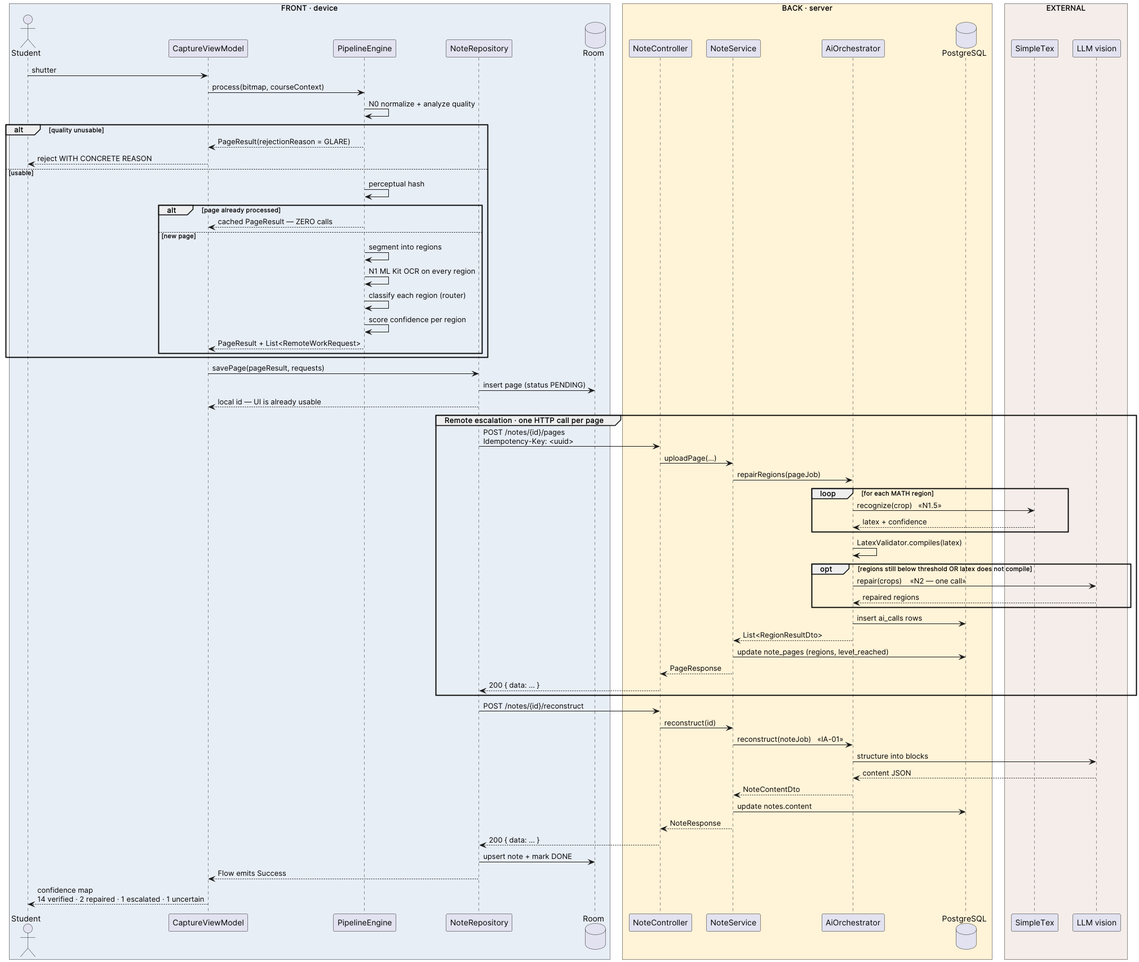
Above: docs/images/14_seq_capture_to_note.png in Bloodiewormer/Proyecto-Plataformas-Moviles (PlantUML), before the change. Source of this version:
```plantuml
@startuml 14_seq_capture_to_note
skinparam backgroundColor #FFFFFF
skinparam shadowing false
skinparam noteBackgroundColor #FDF6E3
skinparam noteBorderColor #C4BCA3
skinparam defaultFontName Inter
skinparam sequenceMessageAlign left
skinparam ParticipantPadding 8
skinparam BoxPadding 10

box "FRONT · device" #E8EEF6
  actor Student as S
  participant "CaptureViewModel" as VM
  participant "PipelineEngine" as PE
  participant "NoteRepository" as NR
  database "Room" as RM
end box

box "BACK · server" #FFF3D8
  participant "NoteController" as NC
  participant "NoteService" as NS
  participant "AiOrchestrator" as AI
  database "PostgreSQL" as PG
end box

box "EXTERNAL" #F5EDE9
  participant "SimpleTex" as ST
  participant "LLM vision" as LLM
end box

S -> VM : shutter
VM -> PE : process(bitmap, courseContext)

PE -> PE : N0 normalize + analyze quality
alt quality unusable
  PE --> VM : PageResult(rejectionReason = GLARE)
  VM --> S : reject WITH CONCRETE REASON
else usable
  PE -> PE : perceptual hash
  alt page already processed
    PE --> VM : cached PageResult — ZERO calls
  else new page
    PE -> PE : segment into regions
    PE -> PE : N1 ML Kit OCR on every region
    PE -> PE : classify each region (router)
    PE -> PE : score confidence per region
    PE --> VM : PageResult + List<RemoteWorkRequest>
  end
end

VM -> NR : savePage(pageResult, requests)
NR -> RM : insert page (status PENDING)
NR --> VM : local id — UI is already usable

group Remote escalation · one HTTP call per page
  NR -> NC : POST /notes/{id}/pages\nIdempotency-Key: <uuid>
  NC -> NS : uploadPage(...)
  NS -> AI : repairRegions(pageJob)

  loop for each MATH region
    AI -> ST : recognize(crop)   <<N1.5>>
    ST --> AI : latex + confidence
  end
  AI -> AI : LatexValidator.compiles(latex)

  opt regions still below threshold OR latex does not compile
    AI -> LLM : repair(crops)    <<N2 — one call>>
    LLM --> AI : repaired regions
  end

  AI -> PG : insert ai_calls rows
  AI --> NS : List<RegionResultDto>
  NS -> PG : update note_pages (regions, level_reached)
  NS --> NC : PageResponse
  NC --> NR : 200 { data: … }
end

NR -> NC : POST /notes/{id}/reconstruct
NC -> NS : reconstruct(id)
NS -> AI : reconstruct(noteJob)   <<IA-01>>
AI -> LLM : structure into blocks
LLM --> AI : content JSON
AI --> NS : NoteContentDto
NS -> PG : update notes.content
NS --> NC : NoteResponse
NC --> NR : 200 { data: … }

NR -> RM : upsert note + mark DONE
NR --> VM : Flow emits Success
VM --> S : confidence map\n14 verified · 2 repaired · 1 escalated · 1 uncertain
@enduml
```
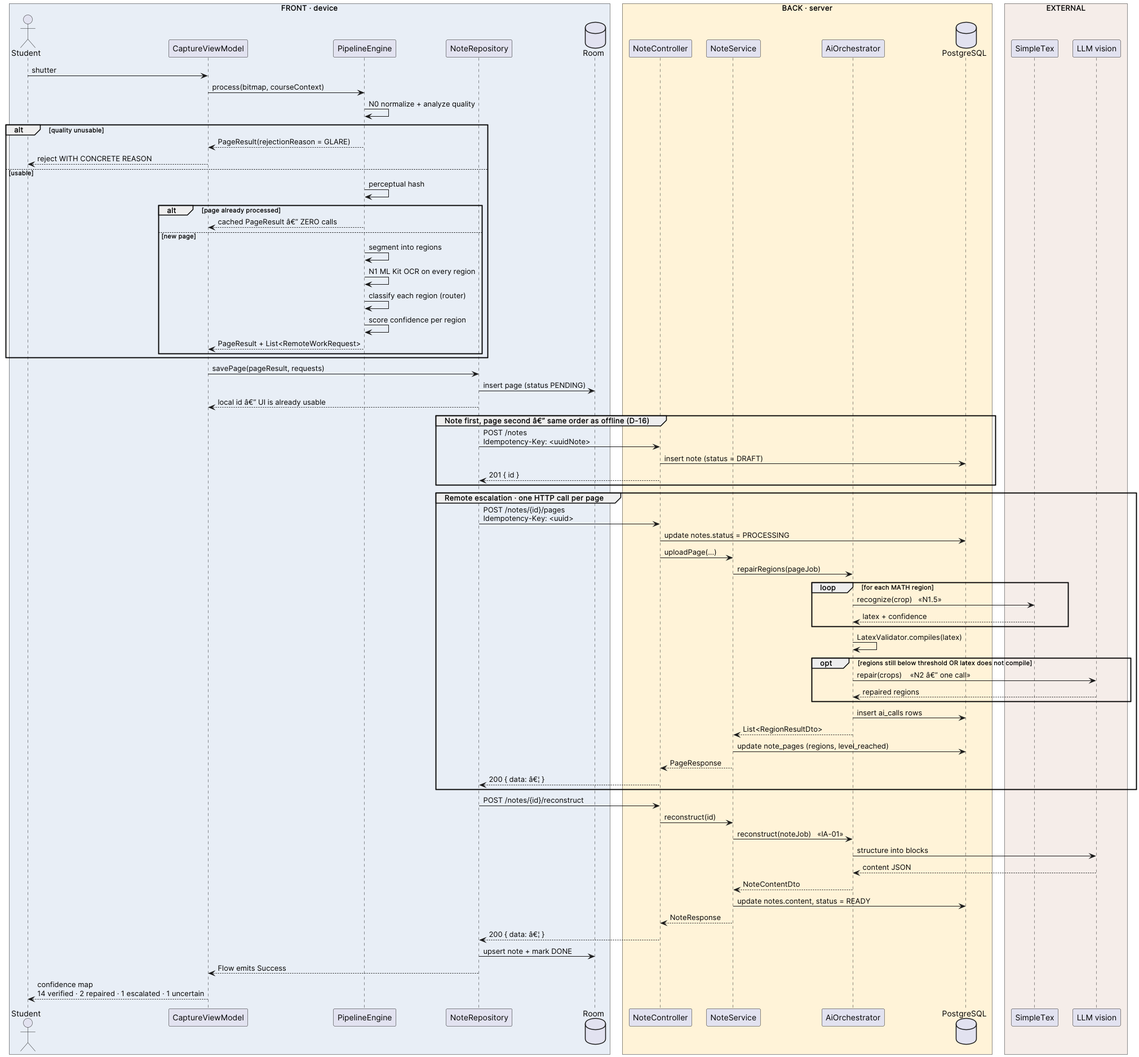
The same diagram one commit later.

Change to the diagram source:
```diff
@@ -38,7 +38,7 @@
 else usable
   PE -> PE : perceptual hash
   alt page already processed
-    PE --> VM : cached PageResult — ZERO calls
+    PE --> VM : cached PageResult â€” ZERO calls
   else new page
     PE -> PE : segment into regions
     PE -> PE : N1 ML Kit OCR on every region
@@ -50,10 +50,17 @@
 
 VM -> NR : savePage(pageResult, requests)
 NR -> RM : insert page (status PENDING)
-NR --> VM : local id — UI is already usable
+NR --> VM : local id â€” UI is already usable
+
+group Note first, page second â€” same order as offline (D-16)
+  NR -> NC : POST /notes\nIdempotency-Key: <uuidNote>
+  NC -> PG : insert note (status = DRAFT)
+  NC --> NR : 201 { id }
+end
 
 group Remote escalation · one HTTP call per page
   NR -> NC : POST /notes/{id}/pages\nIdempotency-Key: <uuid>
+  NC -> PG : update notes.status = PROCESSING
   NC -> NS : uploadPage(...)
   NS -> AI : repairRegions(pageJob)
 
@@ -64,7 +71,7 @@
   AI -> AI : LatexValidator.compiles(latex)
 
   opt regions still below threshold OR latex does not compile
-    AI -> LLM : repair(crops)    <<N2 — one call>>
+    AI -> LLM : repair(crops)    <<N2 â€” one call>>
     LLM --> AI : repaired regions
   end
 
@@ -72,7 +79,7 @@
   AI --> NS : List<RegionResultDto>
   NS -> PG : update note_pages (regions, level_reached)
   NS --> NC : PageResponse
-  NC --> NR : 200 { data: … }
+  NC --> NR : 200 { data: â€¦ }
 end
 
 NR -> NC : POST /notes/{id}/reconstruct
@@ -81,9 +88,9 @@
 AI -> LLM : structure into blocks
 LLM --> AI : content JSON
 AI --> NS : NoteContentDto
-NS -> PG : update notes.content
+NS -> PG : update notes.content, status = READY
 NS --> NC : NoteResponse
-NC --> NR : 200 { data: … }
+NC --> NR : 200 { data: â€¦ }
 
 NR -> RM : upsert note + mark DONE
 NR --> VM : Flow emits Success
```
